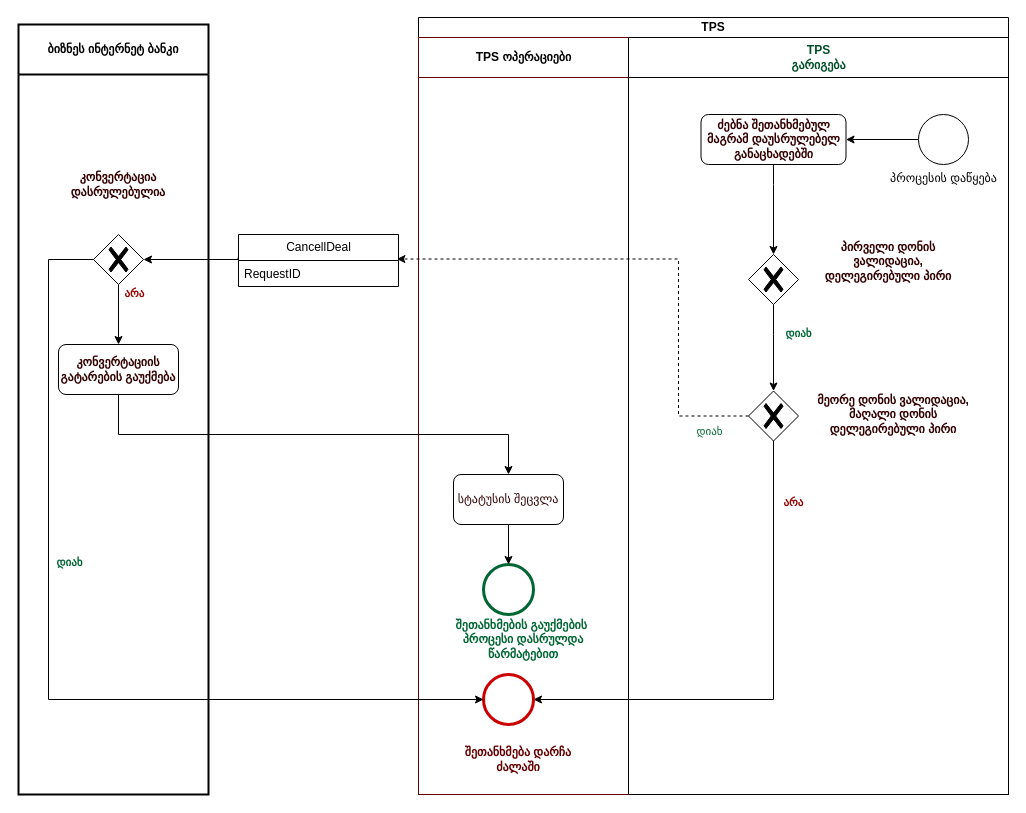
Above: page "შეთანხმების გაუქმება IB" (3 of 4) of RateDealProcessDiagram.drawio in vaso514d/drawio (draw.io), before the change. Source tidied: cells renumbered, new cells numbered last; positions are measured from the earlier drawing's top-left corner, leaving out a move shared by most shapes. Both pictures are drawn from the tidied source at 100%, with x=0, y=0 at pixel (18, 17).
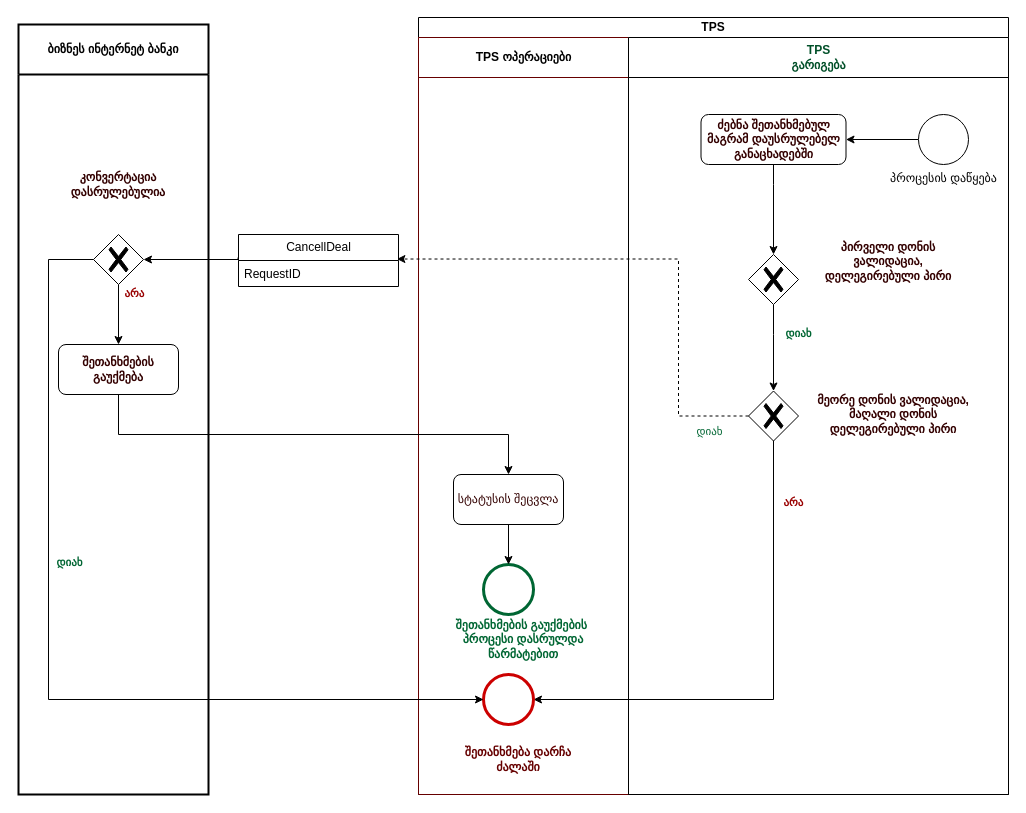
The same page after the edit.

Unchanged cells that the change refers to:
```xml
<mxCell id="2" value="&lt;b&gt;ბიზნეს ინტერნეტ ბანკი&lt;/b&gt;" style="swimlane;html=1;startSize=50;fontStyle=0;horizontal=1;swimlaneLine=1;strokeWidth=2;swimlaneFillColor=#ffffff;whiteSpace=wrap;" parent="1" vertex="1">
  <mxGeometry y="7" width="190" height="770" as="geometry" />
</mxCell>
```

The edit, as a diff of the source:
```diff
@@
-    <mxCell id="3" value="&lt;b style=&quot;border-color: var(--border-color);&quot;&gt;კონვერტაციის გატარების გაუქმება&lt;/b&gt;" style="rounded=1;whiteSpace=wrap;html=1;labelBackgroundColor=none;fontColor=#330000;" parent="2" vertex="1">
+    <mxCell id="3" value="&lt;b style=&quot;border-color: var(--border-color);&quot;&gt;შეთანხმების გაუქმება&lt;/b&gt;" style="rounded=1;whiteSpace=wrap;html=1;labelBackgroundColor=none;fontColor=#330000;" parent="2" vertex="1">
       <mxGeometry x="40" y="320" width="120" height="50" as="geometry" />
     </mxCell>
```
